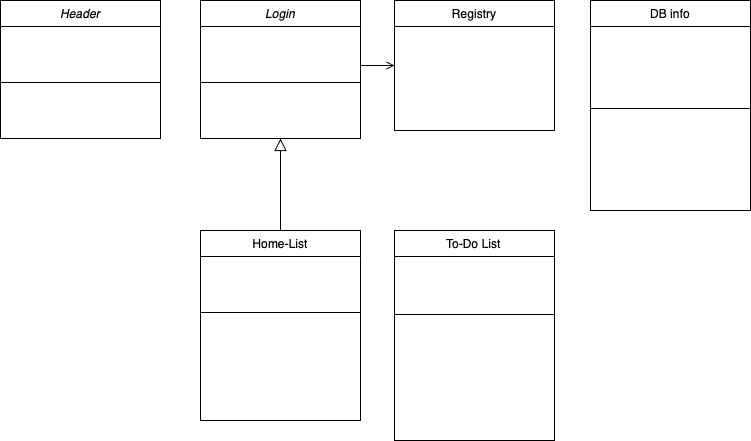
This is design/To-Do App Class Diagram.png from imaneya/clush-todo-backend, a draw.io export, as it was before one commit. Source tidied: cells renumbered, new cells last; positions are measured from the earlier drawing's top-left corner, leaving out a move shared by most shapes.
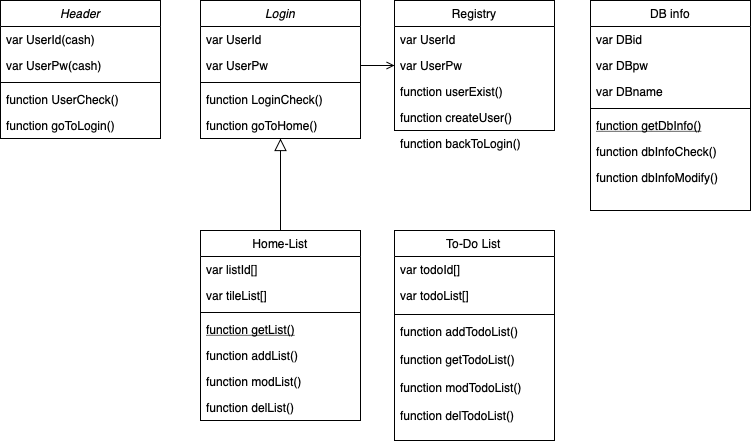
Later version of the same file.

Diff of the diagram source:
```diff
@@ -5,37 +5,37 @@
     <mxCell id="2" value="Login" style="swimlane;fontStyle=2;align=center;verticalAlign=top;horizontal=1;startSize=26;rounded=0;shadow=0;strokeWidth=1;" parent="1" vertex="1">
       <mxGeometry x="200" width="160" height="138" as="geometry" />
     </mxCell>
-    <mxCell id="3" value="var UserId" style="text;align=left;verticalAlign=top;spacingLeft=4;spacingRight=4;overflow=hidden;rounded=0;shadow=0;html=0;fontColor=#FFFFFF;" parent="2" vertex="1">
+    <mxCell id="3" value="var UserId" style="text;align=left;verticalAlign=top;spacingLeft=4;spacingRight=4;overflow=hidden;rounded=0;shadow=0;html=0;fontColor=#000000;" parent="2" vertex="1">
       <mxGeometry y="26" width="160" height="26" as="geometry" />
     </mxCell>
-    <mxCell id="4" value="var UserPw" style="text;align=left;verticalAlign=top;spacingLeft=4;spacingRight=4;overflow=hidden;rounded=0;shadow=0;html=0;fontColor=#FFFFFF;" parent="2" vertex="1">
+    <mxCell id="4" value="var UserPw" style="text;align=left;verticalAlign=top;spacingLeft=4;spacingRight=4;overflow=hidden;rounded=0;shadow=0;html=0;fontColor=#000000;" parent="2" vertex="1">
       <mxGeometry y="52" width="160" height="26" as="geometry" />
     </mxCell>
-    <mxCell id="5" style="line;html=1;strokeWidth=1;align=left;verticalAlign=middle;spacingTop=-1;spacingLeft=3;spacingRight=3;labelPosition=right;fontColor=#FFFFFF;" parent="2" vertex="1">
+    <mxCell id="5" style="line;html=1;strokeWidth=1;align=left;verticalAlign=middle;spacingTop=-1;spacingLeft=3;spacingRight=3;labelPosition=right;fontColor=#000000;" parent="2" vertex="1">
       <mxGeometry y="78" width="160" height="8" as="geometry" />
     </mxCell>
-    <mxCell id="6" value="function LoginCheck()" style="text;align=left;verticalAlign=top;spacingLeft=4;spacingRight=4;overflow=hidden;fontColor=#FFFFFF;" parent="2" vertex="1">
+    <mxCell id="6" value="function LoginCheck()" style="text;align=left;verticalAlign=top;spacingLeft=4;spacingRight=4;overflow=hidden;fontColor=#000000;" parent="2" vertex="1">
       <mxGeometry y="86" width="160" height="26" as="geometry" />
     </mxCell>
-    <mxCell id="7" value="function goToHome()" style="text;align=left;verticalAlign=top;spacingLeft=4;spacingRight=4;overflow=hidden;fontColor=#FFFFFF;" parent="2" vertex="1">
+    <mxCell id="7" value="function goToHome()" style="text;align=left;verticalAlign=top;spacingLeft=4;spacingRight=4;overflow=hidden;fontColor=#000000;" parent="2" vertex="1">
       <mxGeometry y="112" width="160" height="26" as="geometry" />
     </mxCell>
     <mxCell id="8" value="Home-List" style="swimlane;fontStyle=0;align=center;verticalAlign=top;horizontal=1;startSize=26;rounded=0;shadow=0;strokeWidth=1;" parent="1" vertex="1">
       <mxGeometry x="200" y="230" width="160" height="190" as="geometry" />
     </mxCell>
-    <mxCell id="9" value="var listId[]" style="text;align=left;verticalAlign=top;spacingLeft=4;spacingRight=4;overflow=hidden;fontColor=#FFFFFF;" parent="8" vertex="1">
+    <mxCell id="9" value="var listId[]" style="text;align=left;verticalAlign=top;spacingLeft=4;spacingRight=4;overflow=hidden;fontColor=#000000;" parent="8" vertex="1">
       <mxGeometry y="26" width="160" height="26" as="geometry" />
     </mxCell>
-    <mxCell id="10" value="var tileList[]" style="text;align=left;verticalAlign=top;spacingLeft=4;spacingRight=4;overflow=hidden;rounded=0;shadow=0;html=0;fontColor=#FFFFFF;" parent="8" vertex="1">
+    <mxCell id="10" value="var tileList[]" style="text;align=left;verticalAlign=top;spacingLeft=4;spacingRight=4;overflow=hidden;rounded=0;shadow=0;html=0;fontColor=#000000;" parent="8" vertex="1">
       <mxGeometry y="52" width="160" height="26" as="geometry" />
     </mxCell>
-    <mxCell id="11" style="line;html=1;strokeWidth=1;align=left;verticalAlign=middle;spacingTop=-1;spacingLeft=3;spacingRight=3;labelPosition=right;fontColor=#FFFFFF;" parent="8" vertex="1">
+    <mxCell id="11" style="line;html=1;strokeWidth=1;align=left;verticalAlign=middle;spacingTop=-1;spacingLeft=3;spacingRight=3;labelPosition=right;fontColor=#000000;" parent="8" vertex="1">
       <mxGeometry y="78" width="160" height="8" as="geometry" />
     </mxCell>
-    <mxCell id="12" value="function getList()" style="text;align=left;verticalAlign=top;spacingLeft=4;spacingRight=4;overflow=hidden;fontStyle=4;fontColor=#FFFFFF;" parent="8" vertex="1">
+    <mxCell id="12" value="function getList()" style="text;align=left;verticalAlign=top;spacingLeft=4;spacingRight=4;overflow=hidden;fontStyle=4;fontColor=#000000;" parent="8" vertex="1">
       <mxGeometry y="86" width="160" height="26" as="geometry" />
     </mxCell>
-    <mxCell id="13" value="function addList()" style="text;align=left;verticalAlign=top;spacingLeft=4;spacingRight=4;overflow=hidden;fontColor=#FFFFFF;" parent="8" vertex="1">
+    <mxCell id="13" value="function addList()" style="text;align=left;verticalAlign=top;spacingLeft=4;spacingRight=4;overflow=hidden;fontColor=#000000;" parent="8" vertex="1">
       <mxGeometry y="112" width="160" height="26" as="geometry" />
     </mxCell>
     <mxCell id="14" style="endArrow=block;endSize=10;endFill=0;shadow=0;strokeWidth=1;rounded=0;curved=0;edgeStyle=elbowEdgeStyle;elbow=vertical;" parent="1" edge="1" source="8" target="2">
@@ -44,19 +44,19 @@
     <mxCell id="15" value="Registry" style="swimlane;fontStyle=0;align=center;verticalAlign=top;horizontal=1;startSize=26;rounded=0;shadow=0;strokeWidth=1;" parent="1" vertex="1">
       <mxGeometry x="394" width="160" height="130" as="geometry" />
     </mxCell>
-    <mxCell id="16" value="var UserId" style="text;align=left;verticalAlign=top;spacingLeft=4;spacingRight=4;overflow=hidden;fontColor=#FFFFFF;" parent="15" vertex="1">
+    <mxCell id="16" value="var UserId" style="text;align=left;verticalAlign=top;spacingLeft=4;spacingRight=4;overflow=hidden;fontColor=#000000;" parent="15" vertex="1">
       <mxGeometry y="26" width="160" height="26" as="geometry" />
     </mxCell>
-    <mxCell id="17" value="var UserPw" style="text;align=left;verticalAlign=top;spacingLeft=4;spacingRight=4;overflow=hidden;rounded=0;shadow=0;html=0;fontColor=#FFFFFF;" parent="15" vertex="1">
+    <mxCell id="17" value="var UserPw" style="text;align=left;verticalAlign=top;spacingLeft=4;spacingRight=4;overflow=hidden;rounded=0;shadow=0;html=0;fontColor=#000000;" parent="15" vertex="1">
       <mxGeometry y="52" width="160" height="26" as="geometry" />
     </mxCell>
-    <mxCell id="18" value="function userExist()" style="text;align=left;verticalAlign=top;spacingLeft=4;spacingRight=4;overflow=hidden;rounded=0;shadow=0;html=0;fontColor=#FFFFFF;" parent="15" vertex="1">
+    <mxCell id="18" value="function userExist()" style="text;align=left;verticalAlign=top;spacingLeft=4;spacingRight=4;overflow=hidden;rounded=0;shadow=0;html=0;fontColor=#000000;" parent="15" vertex="1">
       <mxGeometry y="78" width="160" height="26" as="geometry" />
     </mxCell>
-    <mxCell id="19" value="function createUser()" style="text;align=left;verticalAlign=top;spacingLeft=4;spacingRight=4;overflow=hidden;rounded=0;shadow=0;html=0;fontColor=#FFFFFF;" parent="15" vertex="1">
+    <mxCell id="19" value="function createUser()" style="text;align=left;verticalAlign=top;spacingLeft=4;spacingRight=4;overflow=hidden;rounded=0;shadow=0;html=0;fontColor=#000000;" parent="15" vertex="1">
       <mxGeometry y="104" width="160" height="26" as="geometry" />
     </mxCell>
-    <mxCell id="20" style="endArrow=open;shadow=0;strokeWidth=1;rounded=0;curved=0;endFill=1;edgeStyle=elbowEdgeStyle;elbow=vertical;" parent="1" edge="1" source="2" target="15">
+    <mxCell id="20" style="endArrow=open;shadow=0;strokeWidth=1;rounded=0;curved=0;endFill=1;edgeStyle=elbowEdgeStyle;elbow=vertical;fontColor=#000000;" parent="1" edge="1" source="2" target="15">
       <mxGeometry x="0.5" y="41" relative="1" as="geometry">
         <mxPoint x="-40" y="32" as="offset" />
       </mxGeometry>
@@ -64,76 +64,76 @@
     <mxCell id="21" value="To-Do List" style="swimlane;fontStyle=0;align=center;verticalAlign=top;horizontal=1;startSize=26;rounded=0;shadow=0;strokeWidth=1;" parent="1" vertex="1">
       <mxGeometry x="394" y="230" width="160" height="210" as="geometry" />
     </mxCell>
-    <mxCell id="22" value="var todoId[]" style="text;align=left;verticalAlign=top;spacingLeft=4;spacingRight=4;overflow=hidden;fontColor=#FFFFFF;" parent="21" vertex="1">
+    <mxCell id="22" value="var todoId[]" style="text;align=left;verticalAlign=top;spacingLeft=4;spacingRight=4;overflow=hidden;fontColor=#000000;" parent="21" vertex="1">
       <mxGeometry y="26" width="160" height="26" as="geometry" />
     </mxCell>
-    <mxCell id="23" value="var todoList[]" style="text;align=left;verticalAlign=top;spacingLeft=4;spacingRight=4;overflow=hidden;fontColor=#FFFFFF;" parent="21" vertex="1">
+    <mxCell id="23" value="var todoList[]" style="text;align=left;verticalAlign=top;spacingLeft=4;spacingRight=4;overflow=hidden;fontColor=#000000;" parent="21" vertex="1">
       <mxGeometry y="52" width="160" height="28" as="geometry" />
     </mxCell>
-    <mxCell id="24" style="line;html=1;strokeWidth=1;align=left;verticalAlign=middle;spacingTop=-1;spacingLeft=3;spacingRight=3;labelPosition=right;fontColor=#FFFFFF;" parent="21" vertex="1">
+    <mxCell id="24" style="line;html=1;strokeWidth=1;align=left;verticalAlign=middle;spacingTop=-1;spacingLeft=3;spacingRight=3;labelPosition=right;fontColor=#000000;" parent="21" vertex="1">
       <mxGeometry y="80" width="160" height="8" as="geometry" />
     </mxCell>
-    <mxCell id="25" value="function addTodoList()" style="text;align=left;verticalAlign=top;spacingLeft=4;spacingRight=4;overflow=hidden;fontColor=#FFFFFF;" parent="21" vertex="1">
+    <mxCell id="25" value="function addTodoList()" style="text;align=left;verticalAlign=top;spacingLeft=4;spacingRight=4;overflow=hidden;fontColor=#000000;" parent="21" vertex="1">
       <mxGeometry y="88" width="160" height="28" as="geometry" />
     </mxCell>
-    <mxCell id="26" value="function getTodoList()" style="text;align=left;verticalAlign=top;spacingLeft=4;spacingRight=4;overflow=hidden;fontColor=#FFFFFF;" parent="21" vertex="1">
+    <mxCell id="26" value="function getTodoList()" style="text;align=left;verticalAlign=top;spacingLeft=4;spacingRight=4;overflow=hidden;fontColor=#000000;" parent="21" vertex="1">
       <mxGeometry y="116" width="160" height="28" as="geometry" />
     </mxCell>
-    <mxCell id="27" value="function modTodoList()" style="text;align=left;verticalAlign=top;spacingLeft=4;spacingRight=4;overflow=hidden;fontColor=#FFFFFF;" parent="21" vertex="1">
+    <mxCell id="27" value="function modTodoList()" style="text;align=left;verticalAlign=top;spacingLeft=4;spacingRight=4;overflow=hidden;fontColor=#000000;" parent="21" vertex="1">
       <mxGeometry y="144" width="160" height="28" as="geometry" />
     </mxCell>
-    <mxCell id="28" value="function delTodoList()" style="text;align=left;verticalAlign=top;spacingLeft=4;spacingRight=4;overflow=hidden;fontColor=#FFFFFF;" parent="21" vertex="1">
+    <mxCell id="28" value="function delTodoList()" style="text;align=left;verticalAlign=top;spacingLeft=4;spacingRight=4;overflow=hidden;fontColor=#000000;" parent="21" vertex="1">
       <mxGeometry y="172" width="160" height="28" as="geometry" />
     </mxCell>
     <mxCell id="29" value="DB info" style="swimlane;fontStyle=0;align=center;verticalAlign=top;horizontal=1;startSize=26;rounded=0;shadow=0;strokeWidth=1;" parent="1" vertex="1">
       <mxGeometry x="590" width="160" height="210" as="geometry" />
     </mxCell>
-    <mxCell id="30" value="var DBid" style="text;align=left;verticalAlign=top;spacingLeft=4;spacingRight=4;overflow=hidden;fontColor=#FFFFFF;" parent="29" vertex="1">
+    <mxCell id="30" value="var DBid" style="text;align=left;verticalAlign=top;spacingLeft=4;spacingRight=4;overflow=hidden;fontColor=#000000;" parent="29" vertex="1">
       <mxGeometry y="26" width="160" height="26" as="geometry" />
     </mxCell>
-    <mxCell id="31" value="var DBpw" style="text;align=left;verticalAlign=top;spacingLeft=4;spacingRight=4;overflow=hidden;rounded=0;shadow=0;html=0;fontColor=#FFFFFF;" parent="29" vertex="1">
+    <mxCell id="31" value="var DBpw" style="text;align=left;verticalAlign=top;spacingLeft=4;spacingRight=4;overflow=hidden;rounded=0;shadow=0;html=0;fontColor=#000000;" parent="29" vertex="1">
       <mxGeometry y="52" width="160" height="26" as="geometry" />
     </mxCell>
-    <mxCell id="32" value="var DBname" style="text;align=left;verticalAlign=top;spacingLeft=4;spacingRight=4;overflow=hidden;rounded=0;shadow=0;html=0;fontColor=#FFFFFF;" parent="29" vertex="1">
+    <mxCell id="32" value="var DBname" style="text;align=left;verticalAlign=top;spacingLeft=4;spacingRight=4;overflow=hidden;rounded=0;shadow=0;html=0;fontColor=#000000;" parent="29" vertex="1">
       <mxGeometry y="78" width="160" height="26" as="geometry" />
     </mxCell>
-    <mxCell id="33" style="line;html=1;strokeWidth=1;align=left;verticalAlign=middle;spacingTop=-1;spacingLeft=3;spacingRight=3;labelPosition=right;fontColor=#FFFFFF;" parent="29" vertex="1">
+    <mxCell id="33" style="line;html=1;strokeWidth=1;align=left;verticalAlign=middle;spacingTop=-1;spacingLeft=3;spacingRight=3;labelPosition=right;fontColor=#000000;" parent="29" vertex="1">
       <mxGeometry y="104" width="160" height="8" as="geometry" />
     </mxCell>
-    <mxCell id="34" value="function getDbInfo()" style="text;align=left;verticalAlign=top;spacingLeft=4;spacingRight=4;overflow=hidden;fontStyle=4;fontColor=#FFFFFF;" parent="29" vertex="1">
+    <mxCell id="34" value="function getDbInfo()" style="text;align=left;verticalAlign=top;spacingLeft=4;spacingRight=4;overflow=hidden;fontStyle=4;fontColor=#000000;" parent="29" vertex="1">
       <mxGeometry y="112" width="160" height="26" as="geometry" />
     </mxCell>
-    <mxCell id="35" value="function dbInfoCheck()" style="text;align=left;verticalAlign=top;spacingLeft=4;spacingRight=4;overflow=hidden;fontColor=#FFFFFF;" parent="29" vertex="1">
+    <mxCell id="35" value="function dbInfoCheck()" style="text;align=left;verticalAlign=top;spacingLeft=4;spacingRight=4;overflow=hidden;fontColor=#000000;" parent="29" vertex="1">
       <mxGeometry y="138" width="160" height="26" as="geometry" />
     </mxCell>
-    <mxCell id="36" value="function dbInfoModify()" style="text;align=left;verticalAlign=top;spacingLeft=4;spacingRight=4;overflow=hidden;fontColor=#FFFFFF;" parent="29" vertex="1">
+    <mxCell id="36" value="function dbInfoModify()" style="text;align=left;verticalAlign=top;spacingLeft=4;spacingRight=4;overflow=hidden;fontColor=#000000;" parent="29" vertex="1">
       <mxGeometry y="164" width="160" height="26" as="geometry" />
     </mxCell>
-    <mxCell id="37" value="function modList()" style="text;align=left;verticalAlign=top;spacingLeft=4;spacingRight=4;overflow=hidden;fontColor=#FFFFFF;" parent="1" vertex="1">
+    <mxCell id="37" value="function modList()" style="text;align=left;verticalAlign=top;spacingLeft=4;spacingRight=4;overflow=hidden;fontColor=#000000;" parent="1" vertex="1">
       <mxGeometry x="200" y="368" width="160" height="26" as="geometry" />
     </mxCell>
-    <mxCell id="38" value="function delList()" style="text;align=left;verticalAlign=top;spacingLeft=4;spacingRight=4;overflow=hidden;fontColor=#FFFFFF;" parent="1" vertex="1">
+    <mxCell id="38" value="function delList()" style="text;align=left;verticalAlign=top;spacingLeft=4;spacingRight=4;overflow=hidden;fontColor=#000000;" parent="1" vertex="1">
       <mxGeometry x="200" y="394" width="160" height="26" as="geometry" />
     </mxCell>
-    <mxCell id="39" value="function backToLogin()" style="text;align=left;verticalAlign=top;spacingLeft=4;spacingRight=4;overflow=hidden;fontColor=#FFFFFF;" parent="1" vertex="1">
+    <mxCell id="39" value="function backToLogin()" style="text;align=left;verticalAlign=top;spacingLeft=4;spacingRight=4;overflow=hidden;fontColor=#000000;" parent="1" vertex="1">
       <mxGeometry x="394" y="130" width="160" height="26" as="geometry" />
     </mxCell>
     <mxCell id="40" value="Header" style="swimlane;fontStyle=2;align=center;verticalAlign=top;horizontal=1;startSize=26;rounded=0;shadow=0;strokeWidth=1;" parent="1" vertex="1">
       <mxGeometry width="160" height="138" as="geometry" />
     </mxCell>
-    <mxCell id="41" value="var UserId(cash)" style="text;align=left;verticalAlign=top;spacingLeft=4;spacingRight=4;overflow=hidden;rounded=0;shadow=0;html=0;fontColor=#FFFFFF;" parent="40" vertex="1">
+    <mxCell id="41" value="var UserId(cash)" style="text;align=left;verticalAlign=top;spacingLeft=4;spacingRight=4;overflow=hidden;rounded=0;shadow=0;html=0;fontColor=#000000;" parent="40" vertex="1">
       <mxGeometry y="26" width="160" height="26" as="geometry" />
     </mxCell>
-    <mxCell id="42" value="var UserPw(cash)" style="text;align=left;verticalAlign=top;spacingLeft=4;spacingRight=4;overflow=hidden;rounded=0;shadow=0;html=0;fontColor=#FFFFFF;" parent="40" vertex="1">
+    <mxCell id="42" value="var UserPw(cash)" style="text;align=left;verticalAlign=top;spacingLeft=4;spacingRight=4;overflow=hidden;rounded=0;shadow=0;html=0;fontColor=#000000;" parent="40" vertex="1">
       <mxGeometry y="52" width="160" height="26" as="geometry" />
     </mxCell>
-    <mxCell id="43" style="line;html=1;strokeWidth=1;align=left;verticalAlign=middle;spacingTop=-1;spacingLeft=3;spacingRight=3;labelPosition=right;fontColor=#FFFFFF;" parent="40" vertex="1">
+    <mxCell id="43" style="line;html=1;strokeWidth=1;align=left;verticalAlign=middle;spacingTop=-1;spacingLeft=3;spacingRight=3;labelPosition=right;fontColor=#000000;" parent="40" vertex="1">
       <mxGeometry y="78" width="160" height="8" as="geometry" />
     </mxCell>
-    <mxCell id="44" value="function UserCheck()" style="text;align=left;verticalAlign=top;spacingLeft=4;spacingRight=4;overflow=hidden;fontColor=#FFFFFF;" parent="40" vertex="1">
+    <mxCell id="44" value="function UserCheck()" style="text;align=left;verticalAlign=top;spacingLeft=4;spacingRight=4;overflow=hidden;fontColor=#000000;" parent="40" vertex="1">
       <mxGeometry y="86" width="160" height="26" as="geometry" />
     </mxCell>
-    <mxCell id="45" value="function goToLogin()" style="text;align=left;verticalAlign=top;spacingLeft=4;spacingRight=4;overflow=hidden;fontColor=#FFFFFF;" parent="40" vertex="1">
+    <mxCell id="45" value="function goToLogin()" style="text;align=left;verticalAlign=top;spacingLeft=4;spacingRight=4;overflow=hidden;fontColor=#000000;" parent="40" vertex="1">
       <mxGeometry y="112" width="160" height="26" as="geometry" />
     </mxCell>
   </root>
```
